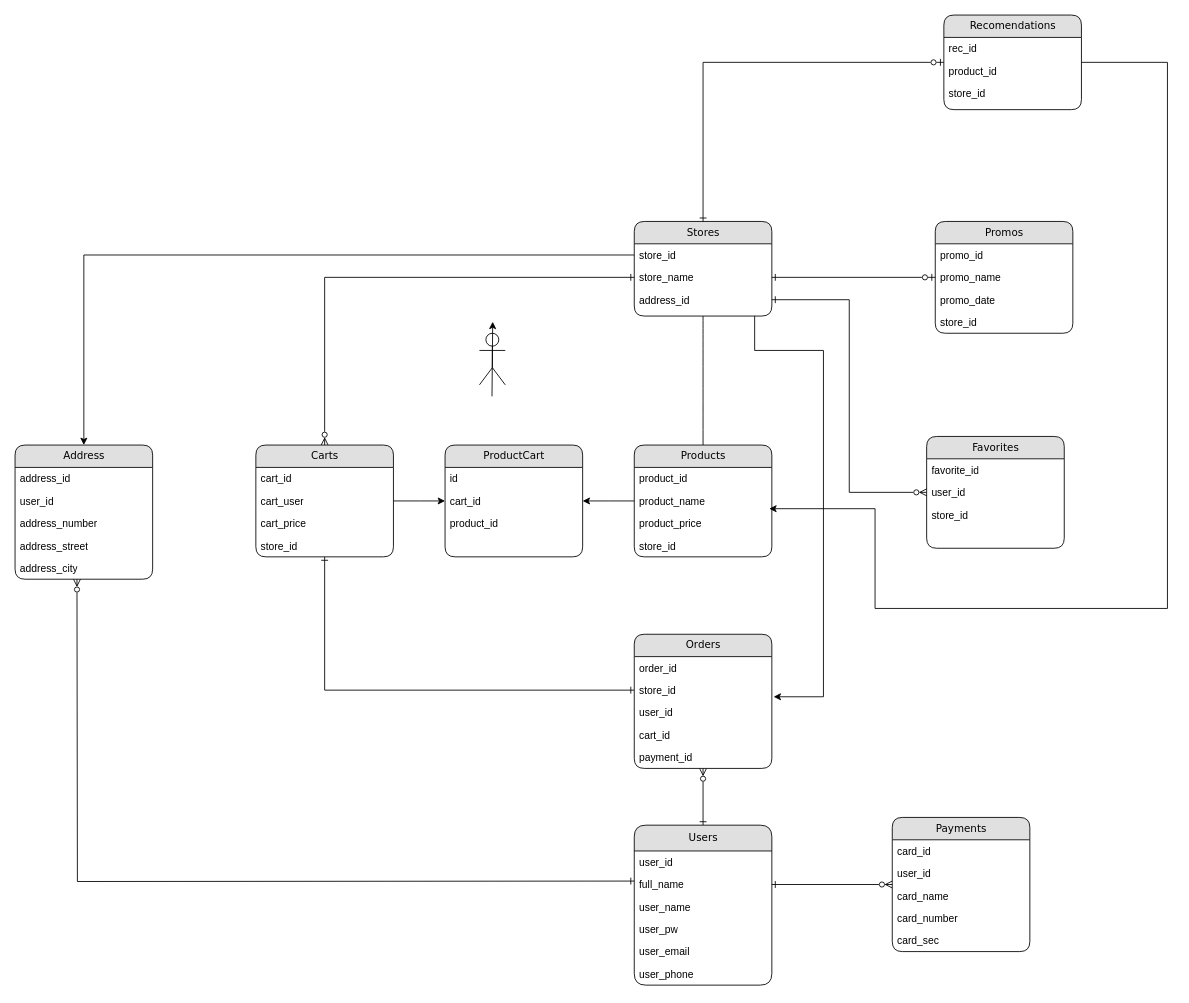
This is DatabaseModel/Model.drawio from babislz/FoodSpace, a draw.io file, before an edit. Source tidied: cells renumbered, new cells numbered last; positions are measured from the earlier drawing's top-left corner, leaving out a move shared by most shapes. Both pictures are drawn from the tidied source at 86%, with x=0, y=0 at pixel (15, 15).
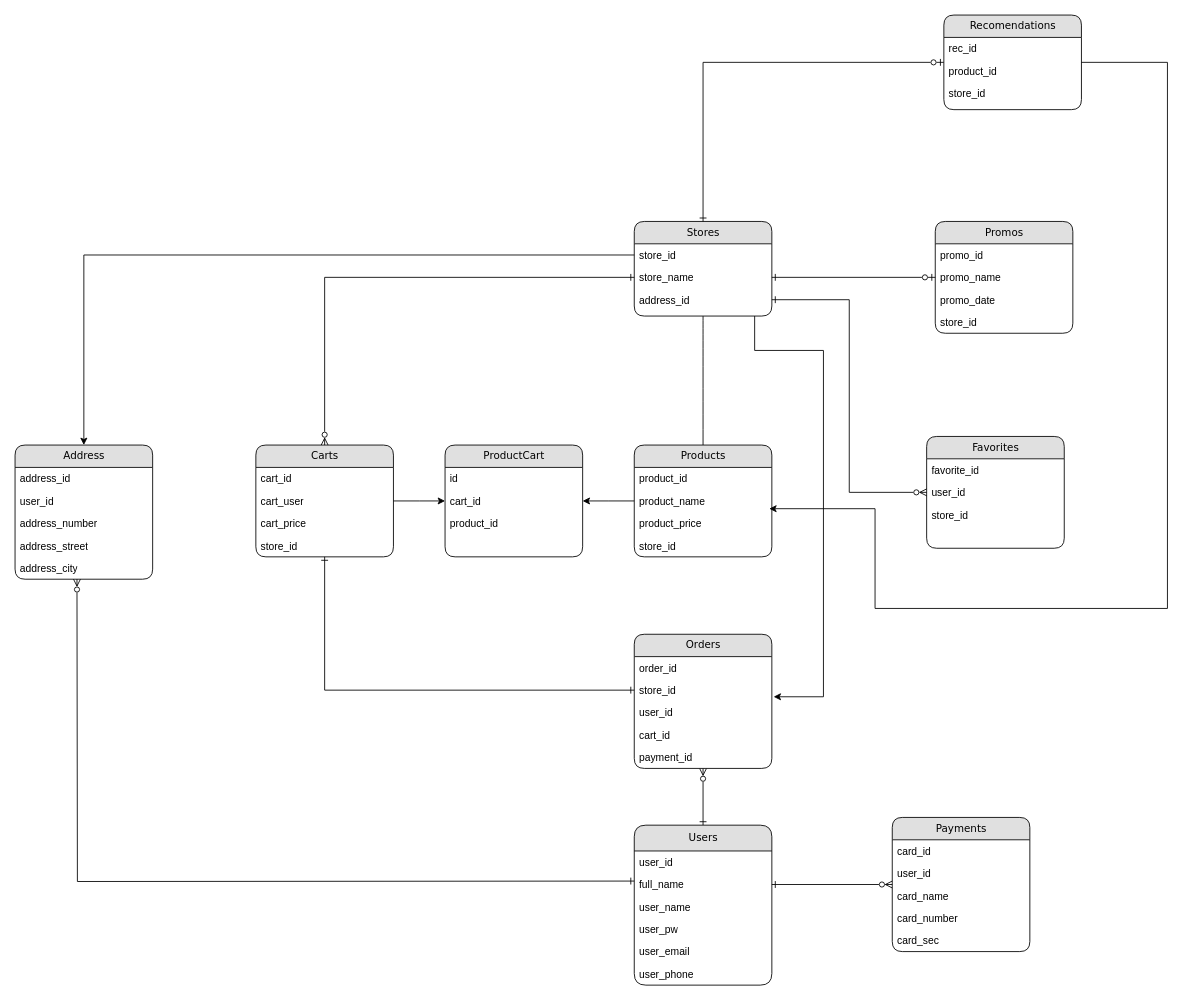
Above is the later version.

Diff of the diagram source:
```diff
@@
-    <mxCell id="72" style="shape=umlActor;verticalLabelPosition=bottom;verticalAlign=top;html=1;" parent="1" vertex="1">
-      <mxGeometry x="540" y="370" width="30" height="60" as="geometry" />
-    </mxCell>
-    <mxCell id="73" style="endArrow=classic;html=1;rounded=0;exitX=0.183;exitY=-0.025;exitDx=0;exitDy=0;exitPerimeter=0;" parent="1" edge="1">
-      <mxGeometry relative="1" as="geometry">
-        <mxPoint x="554.6" y="443.4" as="sourcePoint" />
-        <mxPoint x="555.4" y="356.6" as="targetPoint" />
-      </mxGeometry>
-    </mxCell>
```
